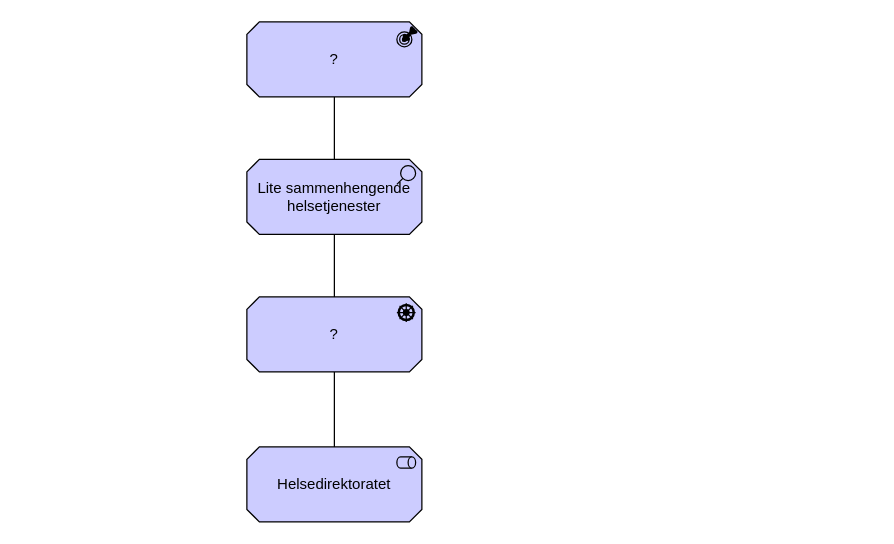
hdir/Digital-Forstelinje keeps this draw.io diagram as page "helsedirektoratet-concern" (5 of 6) of docs/interessent/motivasjon-interessent.drawio. Above is the earlier version. Source tidied: cells renumbered, new cells numbered last; positions are measured from the earlier drawing's top-left corner, leaving out a move shared by most shapes. Both pictures are drawn from the tidied source at 125%, with x=0, y=0 at pixel (246, 21).
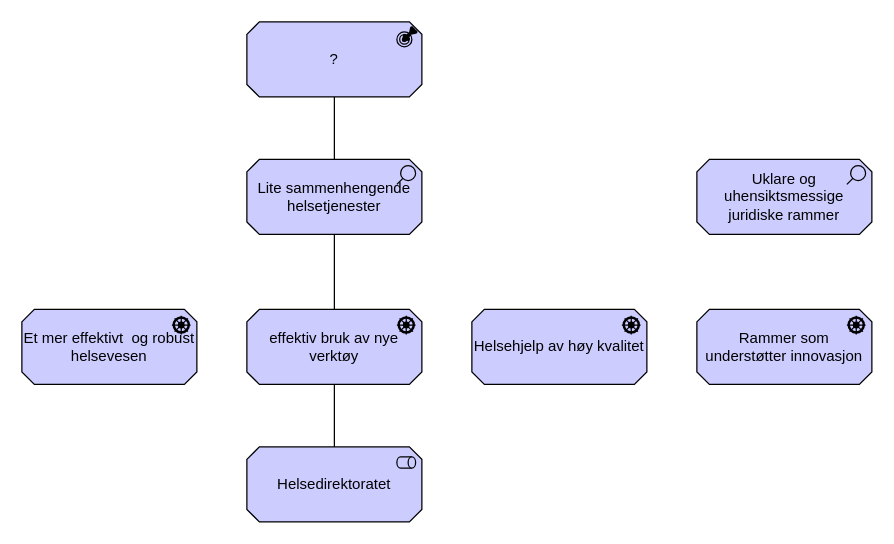
The same page after the edit.

Change to the diagram source:
```diff
@@
 <mxGraphModel>
   <root>
     <mxCell id="0" />
     <mxCell id="1" parent="0" />
     <mxCell id="2" value="Helsedirektoratet" style="html=1;outlineConnect=0;whiteSpace=wrap;fillColor=#CCCCFF;shape=mxgraph.archimate3.application;appType=role;archiType=oct;" parent="1" vertex="1">
       <mxGeometry y="340" width="140" height="60" as="geometry" />
     </mxCell>
-    <mxCell id="3" value="&lt;font face=&quot;Helvetica&quot; style=&quot;font-size: 12px;&quot;&gt;?&lt;/font&gt;" style="html=1;outlineConnect=0;whiteSpace=wrap;fillColor=#CCCCFF;shape=mxgraph.archimate3.application;appType=driver;archiType=oct;" parent="1" vertex="1">
-      <mxGeometry y="220" width="140" height="60" as="geometry" />
-    </mxCell>
     <mxCell id="4" value="Lite sammenhengende helsetjenester" style="html=1;outlineConnect=0;whiteSpace=wrap;fillColor=#CCCCFF;shape=mxgraph.archimate3.application;appType=assess;archiType=oct;" parent="1" vertex="1">
       <mxGeometry y="110" width="140" height="60" as="geometry" />
     </mxCell>
     <mxCell id="5" value="?" style="html=1;outlineConnect=0;whiteSpace=wrap;fillColor=#CCCCFF;shape=mxgraph.archimate3.application;appType=outcome;archiType=oct;" parent="1" vertex="1">
       <mxGeometry width="140" height="60" as="geometry" />
     </mxCell>
-    <mxCell id="6" style="edgeStyle=elbowEdgeStyle;html=1;endArrow=none;elbow=vertical;exitX=0.5;exitY=1;exitDx=0;exitDy=0;exitPerimeter=0;entryX=0.5;entryY=0;entryDx=0;entryDy=0;entryPerimeter=0;" parent="1" edge="1" source="3" target="2">
-      <mxGeometry relative="1" as="geometry" />
+    <mxCell id="6" style="edgeStyle=elbowEdgeStyle;html=1;endArrow=none;elbow=vertical;exitX=0.5;exitY=1;exitDx=0;exitDy=0;exitPerimeter=0;entryX=0.5;entryY=0;entryDx=0;entryDy=0;entryPerimeter=0;" parent="1" edge="1" target="2">
+      <mxGeometry relative="1" as="geometry">
+        <mxPoint x="70" y="280" as="sourcePoint" />
+      </mxGeometry>
     </mxCell>
     <mxCell id="7" style="edgeStyle=elbowEdgeStyle;html=1;endArrow=none;elbow=vertical;entryX=0.5;entryY=0;entryDx=0;entryDy=0;entryPerimeter=0;exitX=0.5;exitY=1;exitDx=0;exitDy=0;exitPerimeter=0;" parent="1" edge="1" source="5" target="4">
       <mxGeometry relative="1" as="geometry" />
     </mxCell>
-    <mxCell id="8" style="edgeStyle=elbowEdgeStyle;html=1;endArrow=none;elbow=vertical;exitX=0.5;exitY=1;exitDx=0;exitDy=0;exitPerimeter=0;entryX=0.5;entryY=0;entryDx=0;entryDy=0;entryPerimeter=0;" parent="1" edge="1" source="4" target="3">
+    <mxCell id="8" style="edgeStyle=elbowEdgeStyle;html=1;endArrow=none;elbow=vertical;exitX=0.5;exitY=1;exitDx=0;exitDy=0;exitPerimeter=0;entryX=0.5;entryY=0;entryDx=0;entryDy=0;entryPerimeter=0;" parent="1" edge="1" source="4" target="11">
       <mxGeometry relative="1" as="geometry" />
     </mxCell>
+    <mxCell id="9" value="Helsehjelp av høy kvalitet" style="html=1;whiteSpace=wrap;fillColor=#CCCCFF;shape=mxgraph.archimate3.application;appType=driver;archiType=oct;" parent="1" vertex="1">
+      <mxGeometry x="180" y="230" width="140" height="60" as="geometry" />
+    </mxCell>
+    <mxCell id="10" value="Et mer effektivt&amp;nbsp; og robust helsevesen" style="html=1;whiteSpace=wrap;fillColor=#CCCCFF;shape=mxgraph.archimate3.application;appType=driver;archiType=oct;" parent="1" vertex="1">
+      <mxGeometry x="-180" y="230" width="140" height="60" as="geometry" />
+    </mxCell>
+    <mxCell id="11" value="effektiv bruk av nye verktøy" style="html=1;outlineConnect=0;whiteSpace=wrap;fillColor=#CCCCFF;shape=mxgraph.archimate3.application;appType=driver;archiType=oct;" parent="1" vertex="1">
+      <mxGeometry y="230" width="140" height="60" as="geometry" />
+    </mxCell>
+    <mxCell id="12" value="Rammer som understøtter innovasjon" style="html=1;whiteSpace=wrap;fillColor=#CCCCFF;shape=mxgraph.archimate3.application;appType=driver;archiType=oct;" parent="1" vertex="1">
+      <mxGeometry x="360" y="230" width="140" height="60" as="geometry" />
+    </mxCell>
+    <mxCell id="13" value="Uklare og uhensiktsmessige juridiske rammer" style="html=1;whiteSpace=wrap;fillColor=#CCCCFF;shape=mxgraph.archimate3.application;appType=assess;archiType=oct;" parent="1" vertex="1">
+      <mxGeometry x="360" y="110" width="140" height="60" as="geometry" />
+    </mxCell>
   </root>
 </mxGraphModel>
```
